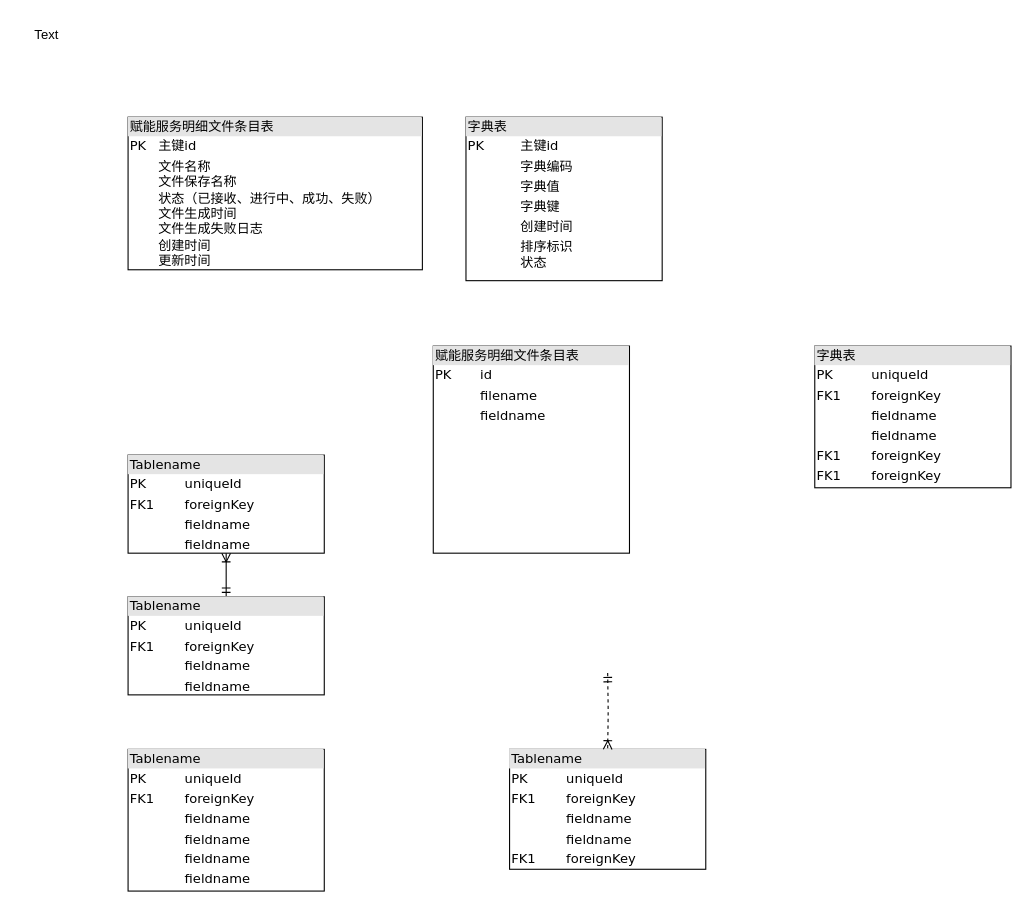
Before: 监管服务物理模型.drawio in b897846872/blogbackui, a draw.io diagram. Source tidied: cells renumbered, new cells numbered last; positions are measured from the earlier drawing's top-left corner, leaving out a move shared by most shapes. Both pictures are drawn from the tidied source at 109%, with x=0, y=0 at pixel (19, 19).
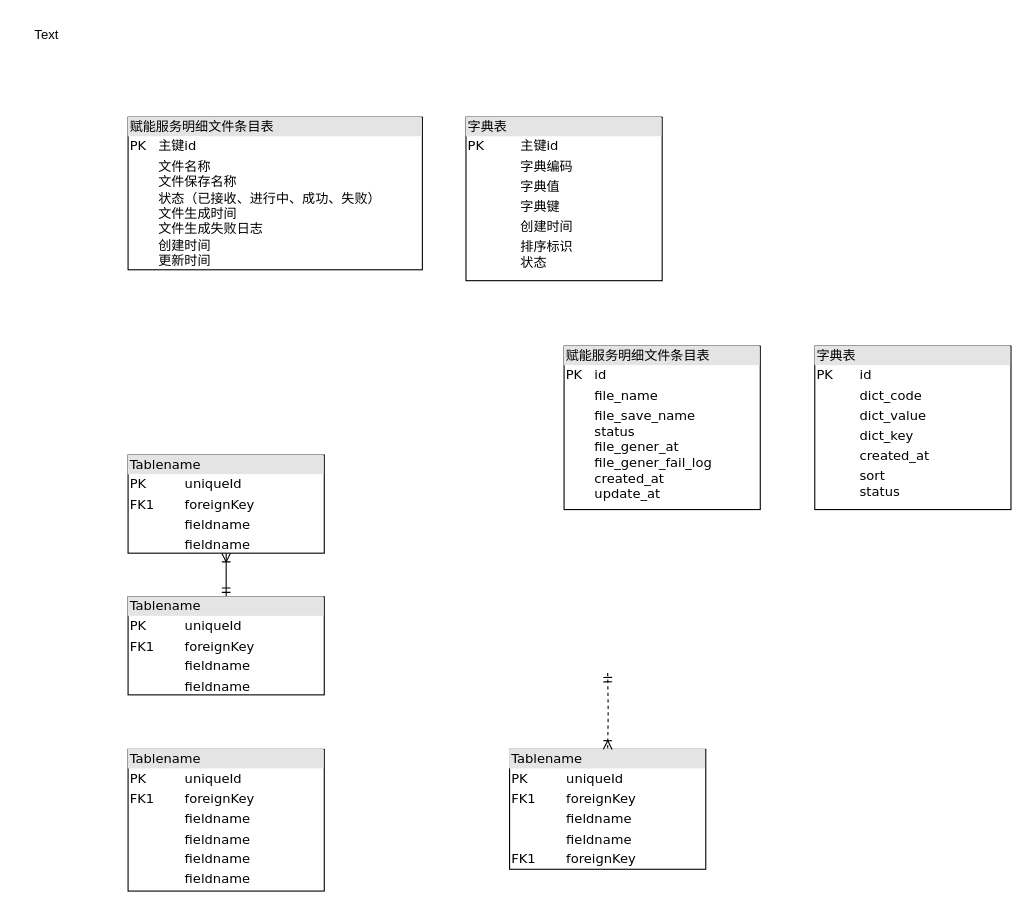
After the change.

Commit message:
已添加 监管服务物理模型.drawio

What changed in the source:
```diff
@@
 <mxGraphModel>
   <root>
     <mxCell id="0" />
     <mxCell id="1" parent="0" />
     <mxCell id="2" value="&lt;div style=&quot;box-sizing: border-box; width: 100%; background: rgb(228, 228, 228); padding: 2px;&quot;&gt;赋能服务明细文件条目表&lt;/div&gt;&lt;table style=&quot;width:100%;font-size:1em;&quot; cellpadding=&quot;2&quot; cellspacing=&quot;0&quot;&gt;&lt;tbody&gt;&lt;tr&gt;&lt;td&gt;PK&lt;/td&gt;&lt;td&gt;&amp;nbsp;主键id&lt;/td&gt;&lt;/tr&gt;&lt;tr&gt;&lt;td&gt;&lt;br&gt;&lt;/td&gt;&lt;td&gt;&amp;nbsp;文件名称&lt;br&gt;&amp;nbsp;文件保存名称&lt;br&gt;&amp;nbsp;状态（已接收、进行中、成功、失败）&lt;br&gt;&amp;nbsp;文件生成时间&lt;br&gt;&amp;nbsp;文件生成失败日志&lt;br&gt;&amp;nbsp;创建时间&lt;br&gt;&amp;nbsp;更新时间&lt;/td&gt;&lt;/tr&gt;&lt;tr&gt;&lt;td&gt;&lt;/td&gt;&lt;td&gt;&lt;br&gt;&lt;/td&gt;&lt;/tr&gt;&lt;/tbody&gt;&lt;/table&gt;" style="verticalAlign=top;align=left;overflow=fill;html=1;rounded=0;shadow=0;comic=0;labelBackgroundColor=none;strokeWidth=1;fontFamily=Verdana;fontSize=12;" parent="1" vertex="1">
       <mxGeometry x="100" y="90" width="270" height="140" as="geometry" />
     </mxCell>
     <mxCell id="3" value="&lt;div style=&quot;box-sizing: border-box; width: 100%; background: rgb(228, 228, 228); padding: 2px;&quot;&gt;字典表&lt;/div&gt;&lt;table style=&quot;width: 100% ; font-size: 1em&quot; cellpadding=&quot;2&quot; cellspacing=&quot;0&quot;&gt;&lt;tbody&gt;&lt;tr&gt;&lt;td&gt;PK&lt;/td&gt;&lt;td&gt;主键id&lt;/td&gt;&lt;/tr&gt;&lt;tr&gt;&lt;td&gt;&lt;br&gt;&lt;/td&gt;&lt;td&gt;字典编码&lt;/td&gt;&lt;/tr&gt;&lt;tr&gt;&lt;td&gt;&lt;/td&gt;&lt;td&gt;字典值&lt;/td&gt;&lt;/tr&gt;&lt;tr&gt;&lt;td&gt;&lt;br&gt;&lt;/td&gt;&lt;td&gt;字典键&lt;/td&gt;&lt;/tr&gt;&lt;tr&gt;&lt;td&gt;&lt;br&gt;&lt;/td&gt;&lt;td&gt;创建时间&lt;/td&gt;&lt;/tr&gt;&lt;tr&gt;&lt;td&gt;&lt;br&gt;&lt;/td&gt;&lt;td&gt;排序标识&lt;br&gt;状态&lt;/td&gt;&lt;/tr&gt;&lt;/tbody&gt;&lt;/table&gt;" style="verticalAlign=top;align=left;overflow=fill;html=1;rounded=0;shadow=0;comic=0;labelBackgroundColor=none;strokeWidth=1;fontFamily=Verdana;fontSize=12;" parent="1" vertex="1">
       <mxGeometry x="410" y="90" width="180" height="150" as="geometry" />
     </mxCell>
     <mxCell id="4" style="edgeStyle=orthogonalEdgeStyle;html=1;labelBackgroundColor=none;startArrow=ERmandOne;endArrow=ERoneToMany;fontFamily=Verdana;fontSize=12;align=left;" parent="1" edge="1" source="5" target="6">
       <mxGeometry relative="1" as="geometry" />
     </mxCell>
     <mxCell id="5" value="&lt;div style=&quot;box-sizing: border-box ; width: 100% ; background: #e4e4e4 ; padding: 2px&quot;&gt;Tablename&lt;/div&gt;&lt;table style=&quot;width: 100% ; font-size: 1em&quot; cellpadding=&quot;2&quot; cellspacing=&quot;0&quot;&gt;&lt;tbody&gt;&lt;tr&gt;&lt;td&gt;PK&lt;/td&gt;&lt;td&gt;uniqueId&lt;/td&gt;&lt;/tr&gt;&lt;tr&gt;&lt;td&gt;FK1&lt;/td&gt;&lt;td&gt;foreignKey&lt;/td&gt;&lt;/tr&gt;&lt;tr&gt;&lt;td&gt;&lt;/td&gt;&lt;td&gt;fieldname&lt;/td&gt;&lt;/tr&gt;&lt;tr&gt;&lt;td&gt;&lt;br&gt;&lt;/td&gt;&lt;td&gt;fieldname&lt;br&gt;&lt;/td&gt;&lt;/tr&gt;&lt;/tbody&gt;&lt;/table&gt;" style="verticalAlign=top;align=left;overflow=fill;html=1;rounded=0;shadow=0;comic=0;labelBackgroundColor=none;strokeWidth=1;fontFamily=Verdana;fontSize=12;" parent="1" vertex="1">
       <mxGeometry x="100" y="530" width="180" height="90" as="geometry" />
     </mxCell>
     <mxCell id="6" value="&lt;div style=&quot;box-sizing: border-box ; width: 100% ; background: #e4e4e4 ; padding: 2px&quot;&gt;Tablename&lt;/div&gt;&lt;table style=&quot;width: 100% ; font-size: 1em&quot; cellpadding=&quot;2&quot; cellspacing=&quot;0&quot;&gt;&lt;tbody&gt;&lt;tr&gt;&lt;td&gt;PK&lt;/td&gt;&lt;td&gt;uniqueId&lt;/td&gt;&lt;/tr&gt;&lt;tr&gt;&lt;td&gt;FK1&lt;/td&gt;&lt;td&gt;foreignKey&lt;/td&gt;&lt;/tr&gt;&lt;tr&gt;&lt;td&gt;&lt;/td&gt;&lt;td&gt;fieldname&lt;/td&gt;&lt;/tr&gt;&lt;tr&gt;&lt;td&gt;&lt;br&gt;&lt;/td&gt;&lt;td&gt;fieldname&lt;br&gt;&lt;/td&gt;&lt;/tr&gt;&lt;/tbody&gt;&lt;/table&gt;" style="verticalAlign=top;align=left;overflow=fill;html=1;rounded=0;shadow=0;comic=0;labelBackgroundColor=none;strokeWidth=1;fontFamily=Verdana;fontSize=12;" parent="1" vertex="1">
       <mxGeometry x="100" y="400" width="180" height="90" as="geometry" />
     </mxCell>
     <mxCell id="7" value="&lt;div style=&quot;box-sizing: border-box ; width: 100% ; background: #e4e4e4 ; padding: 2px&quot;&gt;Tablename&lt;/div&gt;&lt;table style=&quot;width: 100% ; font-size: 1em&quot; cellpadding=&quot;2&quot; cellspacing=&quot;0&quot;&gt;&lt;tbody&gt;&lt;tr&gt;&lt;td&gt;PK&lt;/td&gt;&lt;td&gt;uniqueId&lt;/td&gt;&lt;/tr&gt;&lt;tr&gt;&lt;td&gt;FK1&lt;/td&gt;&lt;td&gt;foreignKey&lt;/td&gt;&lt;/tr&gt;&lt;tr&gt;&lt;td&gt;&lt;/td&gt;&lt;td&gt;fieldname&lt;/td&gt;&lt;/tr&gt;&lt;tr&gt;&lt;td&gt;&lt;br&gt;&lt;/td&gt;&lt;td&gt;fieldname&lt;br&gt;&lt;/td&gt;&lt;/tr&gt;&lt;tr&gt;&lt;td&gt;FK1&lt;br&gt;&lt;/td&gt;&lt;td&gt;foreignKey&lt;br&gt;&lt;/td&gt;&lt;/tr&gt;&lt;/tbody&gt;&lt;/table&gt;" style="verticalAlign=top;align=left;overflow=fill;html=1;rounded=0;shadow=0;comic=0;labelBackgroundColor=none;strokeWidth=1;fontFamily=Verdana;fontSize=12;" parent="1" vertex="1">
       <mxGeometry x="450" y="670" width="180" height="110" as="geometry" />
     </mxCell>
     <mxCell id="8" style="edgeStyle=orthogonalEdgeStyle;html=1;entryX=0.5;entryY=0;labelBackgroundColor=none;startArrow=ERmandOne;endArrow=ERoneToMany;fontFamily=Verdana;fontSize=12;align=left;dashed=1;" parent="1" edge="1" target="7">
       <mxGeometry relative="1" as="geometry">
         <mxPoint x="540" y="600" as="sourcePoint" />
       </mxGeometry>
     </mxCell>
     <mxCell id="9" value="&lt;div style=&quot;box-sizing: border-box ; width: 100% ; background: #e4e4e4 ; padding: 2px&quot;&gt;Tablename&lt;/div&gt;&lt;table style=&quot;width: 100% ; font-size: 1em&quot; cellpadding=&quot;2&quot; cellspacing=&quot;0&quot;&gt;&lt;tbody&gt;&lt;tr&gt;&lt;td&gt;PK&lt;/td&gt;&lt;td&gt;uniqueId&lt;/td&gt;&lt;/tr&gt;&lt;tr&gt;&lt;td&gt;FK1&lt;/td&gt;&lt;td&gt;foreignKey&lt;/td&gt;&lt;/tr&gt;&lt;tr&gt;&lt;td&gt;&lt;/td&gt;&lt;td&gt;fieldname&lt;/td&gt;&lt;/tr&gt;&lt;tr&gt;&lt;td&gt;&lt;br&gt;&lt;/td&gt;&lt;td&gt;fieldname&lt;br&gt;&lt;/td&gt;&lt;/tr&gt;&lt;tr&gt;&lt;td&gt;&lt;br&gt;&lt;/td&gt;&lt;td&gt;fieldname&lt;br&gt;&lt;/td&gt;&lt;/tr&gt;&lt;tr&gt;&lt;td&gt;&lt;br&gt;&lt;/td&gt;&lt;td&gt;fieldname&lt;br&gt;&lt;/td&gt;&lt;/tr&gt;&lt;/tbody&gt;&lt;/table&gt;" style="verticalAlign=top;align=left;overflow=fill;html=1;rounded=0;shadow=0;comic=0;labelBackgroundColor=none;strokeWidth=1;fontFamily=Verdana;fontSize=12;" parent="1" vertex="1">
       <mxGeometry x="100" y="670" width="180" height="130" as="geometry" />
     </mxCell>
     <mxCell id="10" value="Text" style="text;html=1;align=center;verticalAlign=middle;strokeColor=none;fillColor=none;" parent="1" vertex="1">
       <mxGeometry width="50" height="30" as="geometry" />
     </mxCell>
-    <mxCell id="11" value="&lt;div style=&quot;box-sizing: border-box; width: 100%; background: rgb(228, 228, 228); padding: 2px;&quot;&gt;赋能服务明细文件条目表&lt;/div&gt;&lt;table style=&quot;width:100%;font-size:1em;&quot; cellpadding=&quot;2&quot; cellspacing=&quot;0&quot;&gt;&lt;tbody&gt;&lt;tr&gt;&lt;td&gt;PK&lt;/td&gt;&lt;td&gt;id&lt;/td&gt;&lt;/tr&gt;&lt;tr&gt;&lt;td&gt;&lt;/td&gt;&lt;td&gt;filename&lt;/td&gt;&lt;/tr&gt;&lt;tr&gt;&lt;td&gt;&lt;/td&gt;&lt;td&gt;fieldname&lt;/td&gt;&lt;/tr&gt;&lt;/tbody&gt;&lt;/table&gt;" style="verticalAlign=top;align=left;overflow=fill;html=1;rounded=0;shadow=0;comic=0;labelBackgroundColor=none;strokeWidth=1;fontFamily=Verdana;fontSize=12;" parent="1" vertex="1">
-      <mxGeometry x="380" y="300" width="180" height="190" as="geometry" />
+    <mxCell id="11" value="&lt;div style=&quot;box-sizing: border-box; width: 100%; background: rgb(228, 228, 228); padding: 2px;&quot;&gt;赋能服务明细文件条目表&lt;/div&gt;&lt;table style=&quot;width:100%;font-size:1em;&quot; cellpadding=&quot;2&quot; cellspacing=&quot;0&quot;&gt;&lt;tbody&gt;&lt;tr&gt;&lt;td&gt;PK&lt;/td&gt;&lt;td&gt;id&lt;/td&gt;&lt;/tr&gt;&lt;tr&gt;&lt;td&gt;&lt;/td&gt;&lt;td&gt;file_name&lt;/td&gt;&lt;/tr&gt;&lt;tr&gt;&lt;td&gt;&lt;/td&gt;&lt;td&gt;file_save_name&lt;br&gt;status&lt;br&gt;file_gener_at&lt;br&gt;file_gener_fail_log&lt;br&gt;created_at&lt;br&gt;update_at&lt;/td&gt;&lt;/tr&gt;&lt;/tbody&gt;&lt;/table&gt;" style="verticalAlign=top;align=left;overflow=fill;html=1;rounded=0;shadow=0;comic=0;labelBackgroundColor=none;strokeWidth=1;fontFamily=Verdana;fontSize=12;" parent="1" vertex="1">
+      <mxGeometry x="500" y="300" width="180" height="150" as="geometry" />
     </mxCell>
-    <mxCell id="12" value="&lt;div style=&quot;box-sizing: border-box; width: 100%; background: rgb(228, 228, 228); padding: 2px;&quot;&gt;字典表&lt;/div&gt;&lt;table style=&quot;width: 100% ; font-size: 1em&quot; cellpadding=&quot;2&quot; cellspacing=&quot;0&quot;&gt;&lt;tbody&gt;&lt;tr&gt;&lt;td&gt;PK&lt;/td&gt;&lt;td&gt;uniqueId&lt;/td&gt;&lt;/tr&gt;&lt;tr&gt;&lt;td&gt;FK1&lt;/td&gt;&lt;td&gt;foreignKey&lt;/td&gt;&lt;/tr&gt;&lt;tr&gt;&lt;td&gt;&lt;/td&gt;&lt;td&gt;fieldname&lt;/td&gt;&lt;/tr&gt;&lt;tr&gt;&lt;td&gt;&lt;br&gt;&lt;/td&gt;&lt;td&gt;fieldname&lt;br&gt;&lt;/td&gt;&lt;/tr&gt;&lt;tr&gt;&lt;td&gt;FK1&lt;br&gt;&lt;/td&gt;&lt;td&gt;foreignKey&lt;br&gt;&lt;/td&gt;&lt;/tr&gt;&lt;tr&gt;&lt;td&gt;FK1&lt;br&gt;&lt;/td&gt;&lt;td&gt;foreignKey&lt;br&gt;&lt;/td&gt;&lt;/tr&gt;&lt;/tbody&gt;&lt;/table&gt;" style="verticalAlign=top;align=left;overflow=fill;html=1;rounded=0;shadow=0;comic=0;labelBackgroundColor=none;strokeWidth=1;fontFamily=Verdana;fontSize=12;" parent="1" vertex="1">
-      <mxGeometry x="730" y="300" width="180" height="130" as="geometry" />
+    <mxCell id="12" value="&lt;div style=&quot;box-sizing: border-box; width: 100%; background: rgb(228, 228, 228); padding: 2px;&quot;&gt;字典表&lt;/div&gt;&lt;table style=&quot;width: 100% ; font-size: 1em&quot; cellpadding=&quot;2&quot; cellspacing=&quot;0&quot;&gt;&lt;tbody&gt;&lt;tr&gt;&lt;td&gt;PK&lt;/td&gt;&lt;td&gt;id&lt;/td&gt;&lt;/tr&gt;&lt;tr&gt;&lt;td&gt;&lt;br&gt;&lt;/td&gt;&lt;td&gt;dict_code&lt;/td&gt;&lt;/tr&gt;&lt;tr&gt;&lt;td&gt;&lt;/td&gt;&lt;td&gt;dict_value&lt;/td&gt;&lt;/tr&gt;&lt;tr&gt;&lt;td&gt;&lt;br&gt;&lt;/td&gt;&lt;td&gt;dict_key&lt;br&gt;&lt;/td&gt;&lt;/tr&gt;&lt;tr&gt;&lt;td&gt;&lt;br&gt;&lt;/td&gt;&lt;td&gt;created_at&lt;/td&gt;&lt;/tr&gt;&lt;tr&gt;&lt;td&gt;&lt;/td&gt;&lt;td&gt;sort&lt;br&gt;status&lt;/td&gt;&lt;/tr&gt;&lt;/tbody&gt;&lt;/table&gt;" style="verticalAlign=top;align=left;overflow=fill;html=1;rounded=0;shadow=0;comic=0;labelBackgroundColor=none;strokeWidth=1;fontFamily=Verdana;fontSize=12;" parent="1" vertex="1">
+      <mxGeometry x="730" y="300" width="180" height="150" as="geometry" />
     </mxCell>
   </root>
 </mxGraphModel>
```
